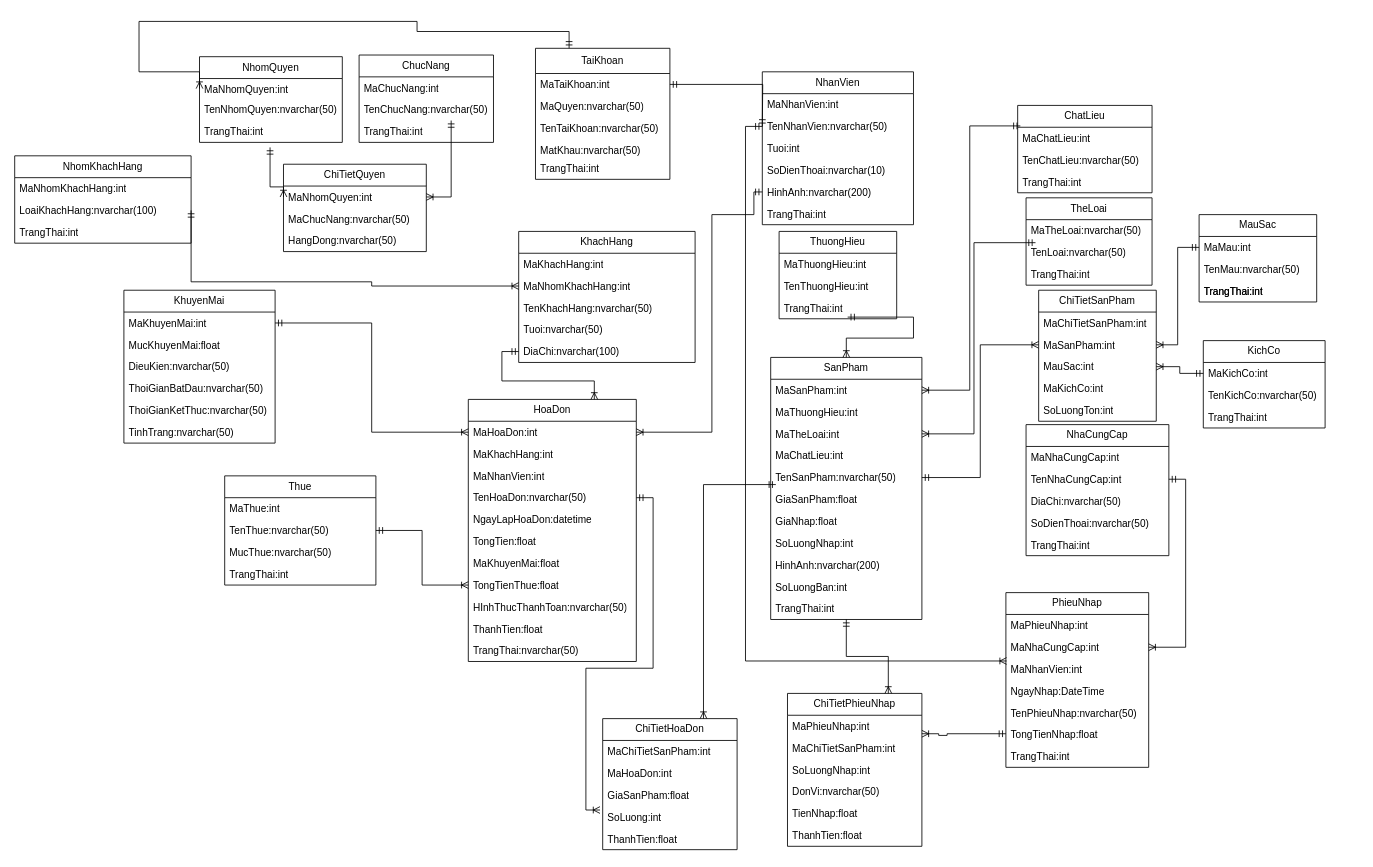
maivantai2003/SportStoreManager keeps this draw.io diagram as Biểu đồ không có tiêu đề (1).drawio. Above is the earlier version. Source tidied: cells renumbered, new cells numbered last; positions are measured from the earlier drawing's top-left corner, leaving out a move shared by most shapes. Both pictures are drawn from the tidied source at 84%, with x=0, y=0 at pixel (14, 21).
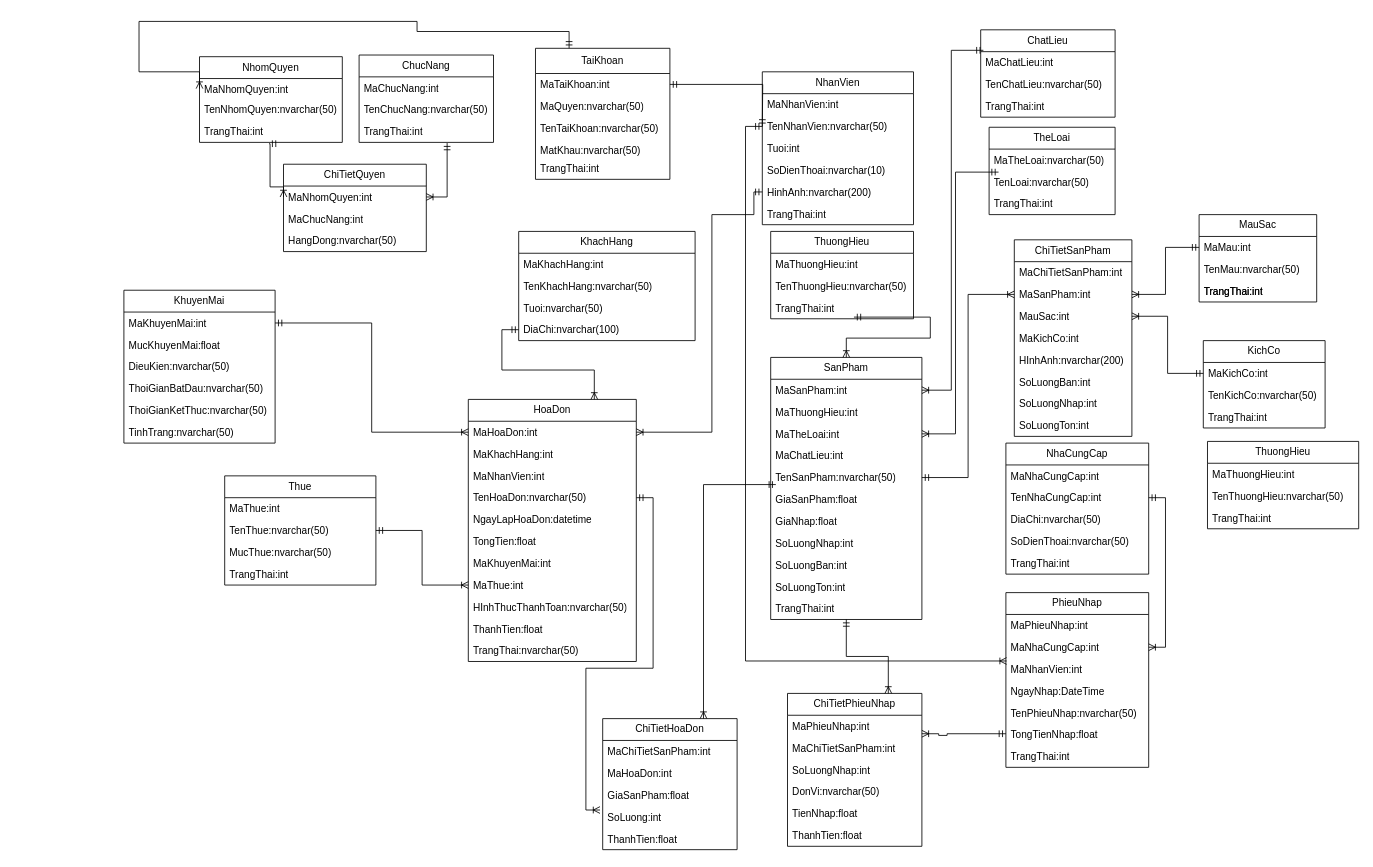
After the change.

Commit message:
Cập nhật Biểu đồ không có tiêu đề (1).drawio

The change refers to these unchanged cells:
```xml
<mxCell id="5" value="TrangThai:int" style="text;strokeColor=none;fillColor=none;align=left;verticalAlign=top;spacingLeft=4;spacingRight=4;overflow=hidden;points=[[0,0.5],[1,0.5]];portConstraint=eastwest;whiteSpace=wrap;html=1;" parent="2" vertex="1">
  <mxGeometry y="76" width="170" height="26" as="geometry" />
</mxCell>
<mxCell id="8" value="TenChucNang:nvarchar(50)" style="text;strokeColor=none;fillColor=none;align=left;verticalAlign=top;spacingLeft=4;spacingRight=4;overflow=hidden;points=[[0,0.5],[1,0.5]];portConstraint=eastwest;whiteSpace=wrap;html=1;" parent="6" vertex="1">
  <mxGeometry y="52" width="160" height="26" as="geometry" />
</mxCell>
<mxCell id="9" value="TrangThai:int" style="text;strokeColor=none;fillColor=none;align=left;verticalAlign=top;spacingLeft=4;spacingRight=4;overflow=hidden;points=[[0,0.5],[1,0.5]];portConstraint=eastwest;whiteSpace=wrap;html=1;" parent="6" vertex="1">
  <mxGeometry y="78" width="160" height="26" as="geometry" />
</mxCell>
<mxCell id="10" value="ChiTietQuyen" style="swimlane;fontStyle=0;horizontal=1;startSize=26;fillColor=none;whiteSpace=wrap;html=1;" parent="1" vertex="1">
  <mxGeometry x="320" y="170" width="170" height="104" as="geometry" />
</mxCell>
<mxCell id="11" value="MaNhomQuyen:int" style="text;strokeColor=none;fillColor=none;align=left;verticalAlign=top;spacingLeft=4;spacingRight=4;overflow=hidden;points=[[0,0.5],[1,0.5]];portConstraint=eastwest;whiteSpace=wrap;html=1;" parent="10" vertex="1">
  <mxGeometry y="26" width="170" height="26" as="geometry" />
</mxCell>
<mxCell id="41" value="SanPham" style="swimlane;fontStyle=0;horizontal=1;startSize=26;fillColor=none;whiteSpace=wrap;html=1;" parent="1" vertex="1">
  <mxGeometry x="900" y="400" width="180" height="312" as="geometry" />
</mxCell>
<mxCell id="89" value="HoaDon" style="swimlane;fontStyle=0;horizontal=1;startSize=26;fillColor=none;whiteSpace=wrap;html=1;" parent="1" vertex="1">
  <mxGeometry x="540" y="450" width="200" height="312" as="geometry" />
</mxCell>
```

Change to the diagram source:
```diff
@@
-    <mxCell id="12" value="MaChucNang:nvarchar(50)" style="text;strokeColor=none;fillColor=none;align=left;verticalAlign=top;spacingLeft=4;spacingRight=4;overflow=hidden;whiteSpace=wrap;html=1;" parent="10" vertex="1">
+    <mxCell id="12" value="MaChucNang:int" style="text;strokeColor=none;fillColor=none;align=left;verticalAlign=top;spacingLeft=4;spacingRight=4;overflow=hidden;whiteSpace=wrap;html=1;" parent="10" vertex="1">
       <mxGeometry y="52" width="170" height="26" as="geometry" />
     </mxCell>
@@
-    <mxCell id="14" style="edgeStyle=orthogonalEdgeStyle;rounded=0;jettySize=auto;html=1;exitX=0;exitY=0.5;exitDx=0;exitDy=0;startArrow=ERoneToMany;startFill=0;endArrow=ERmandOne;endFill=0;" parent="1" edge="1" source="11">
+    <mxCell id="14" style="edgeStyle=orthogonalEdgeStyle;rounded=0;jettySize=auto;html=1;exitX=0;exitY=0.5;exitDx=0;exitDy=0;startArrow=ERoneToMany;startFill=0;endArrow=ERmandOne;endFill=0;entryX=0.487;entryY=1.062;entryDx=0;entryDy=0;entryPerimeter=0;" parent="1" edge="1" source="11" target="5">
       <mxGeometry relative="1" as="geometry">
-        <mxPoint x="304" y="150" as="targetPoint" />
         <Array as="points">
+          <mxPoint x="320" y="197" />
           <mxPoint x="304" y="197" />
+          <mxPoint x="304" y="146" />
         </Array>
       </mxGeometry>
     </mxCell>
-    <mxCell id="15" style="edgeStyle=orthogonalEdgeStyle;rounded=0;jettySize=auto;html=1;exitX=1;exitY=0.5;exitDx=0;exitDy=0;entryX=0.685;entryY=1;entryDx=0;entryDy=0;entryPerimeter=0;endArrow=ERmandOne;endFill=0;startArrow=ERoneToMany;startFill=0;" parent="1" edge="1" source="11" target="8">
+    <mxCell id="15" style="edgeStyle=orthogonalEdgeStyle;rounded=0;jettySize=auto;html=1;exitX=1;exitY=0.5;exitDx=0;exitDy=0;endArrow=ERmandOne;endFill=0;startArrow=ERoneToMany;startFill=0;entryX=0.655;entryY=1.031;entryDx=0;entryDy=0;entryPerimeter=0;" parent="1" edge="1" source="11" target="9">
       <mxGeometry relative="1" as="geometry" />
     </mxCell>
@@
     <mxCell id="31" value="KhachHang" style="swimlane;fontStyle=0;horizontal=1;startSize=26;fillColor=none;whiteSpace=wrap;html=1;" parent="1" vertex="1">
-      <mxGeometry x="600" y="250" width="210" height="156" as="geometry" />
+      <mxGeometry x="600" y="250" width="210" height="130" as="geometry" />
     </mxCell>
@@
-    <mxCell id="33" value="MaNhomKhachHang:int" style="text;strokeColor=none;fillColor=none;align=left;verticalAlign=top;spacingLeft=4;spacingRight=4;overflow=hidden;points=[[0,0.5],[1,0.5]];portConstraint=eastwest;whiteSpace=wrap;html=1;" parent="31" vertex="1">
-      <mxGeometry y="52" width="210" height="26" as="geometry" />
-    </mxCell>
     <mxCell id="34" value="TenKhachHang:nvarchar(50)" style="text;strokeColor=none;fillColor=none;align=left;verticalAlign=top;spacingLeft=4;spacingRight=4;overflow=hidden;whiteSpace=wrap;html=1;" parent="31" vertex="1">
-      <mxGeometry y="78" width="210" height="26" as="geometry" />
+      <mxGeometry y="52" width="210" height="26" as="geometry" />
     </mxCell>
     <mxCell id="35" value="Tuoi:nvarchar(50)" style="text;strokeColor=none;fillColor=none;align=left;verticalAlign=top;spacingLeft=4;spacingRight=4;overflow=hidden;whiteSpace=wrap;html=1;" parent="31" vertex="1">
-      <mxGeometry y="104" width="210" height="26" as="geometry" />
+      <mxGeometry y="78" width="210" height="26" as="geometry" />
     </mxCell>
     <mxCell id="36" value="DiaChi:nvarchar(100)" style="text;strokeColor=none;fillColor=none;align=left;verticalAlign=top;spacingLeft=4;spacingRight=4;overflow=hidden;points=[[0,0.5],[1,0.5]];portConstraint=eastwest;whiteSpace=wrap;html=1;" parent="31" vertex="1">
-      <mxGeometry y="130" width="210" height="26" as="geometry" />
+      <mxGeometry y="104" width="210" height="26" as="geometry" />
     </mxCell>
     <mxCell id="37" value="TheLoai" style="swimlane;fontStyle=0;horizontal=1;startSize=26;fillColor=none;whiteSpace=wrap;html=1;" parent="1" vertex="1">
-      <mxGeometry x="1204" y="210" width="150" height="104" as="geometry" />
+      <mxGeometry x="1160" y="126" width="150" height="104" as="geometry" />
     </mxCell>
@@
-    <mxCell id="50" value="HinhAnh:nvarchar(200)" style="text;strokeColor=none;fillColor=none;align=left;verticalAlign=top;spacingLeft=4;spacingRight=4;overflow=hidden;whiteSpace=wrap;html=1;" parent="41" vertex="1">
-      <mxGeometry y="234" width="180" height="26" as="geometry" />
-    </mxCell>
     <mxCell id="51" value="SoLuongBan:int" style="text;strokeColor=none;fillColor=none;align=left;verticalAlign=top;spacingLeft=4;spacingRight=4;overflow=hidden;whiteSpace=wrap;html=1;" parent="41" vertex="1">
-      <mxGeometry y="260" width="180" height="26" as="geometry" />
+      <mxGeometry y="234" width="180" height="26" as="geometry" />
     </mxCell>
+    <mxCell id="148" value="SoLuongTon:int" style="text;strokeColor=none;fillColor=none;align=left;verticalAlign=top;spacingLeft=4;spacingRight=4;overflow=hidden;whiteSpace=wrap;html=1;" parent="41" vertex="1">
+      <mxGeometry y="260" width="180" height="26" as="geometry" />
+    </mxCell>
@@
     <mxCell id="53" value="ChatLieu" style="swimlane;fontStyle=0;horizontal=1;startSize=26;fillColor=none;whiteSpace=wrap;html=1;" parent="1" vertex="1">
-      <mxGeometry x="1194" y="100" width="160" height="104" as="geometry" />
+      <mxGeometry x="1150" y="10" width="160" height="104" as="geometry" />
     </mxCell>
@@
     <mxCell id="63" value="NhaCungCap" style="swimlane;fontStyle=0;horizontal=1;startSize=26;fillColor=none;whiteSpace=wrap;html=1;" parent="1" vertex="1">
-      <mxGeometry x="1204" y="480" width="170" height="156" as="geometry" />
+      <mxGeometry x="1180" y="502" width="170" height="156" as="geometry" />
     </mxCell>
@@
-    <mxCell id="96" value="MaKhuyenMai:float" style="text;strokeColor=none;fillColor=none;align=left;verticalAlign=top;spacingLeft=4;spacingRight=4;overflow=hidden;whiteSpace=wrap;html=1;" parent="89" vertex="1">
+    <mxCell id="96" value="MaKhuyenMai:int" style="text;strokeColor=none;fillColor=none;align=left;verticalAlign=top;spacingLeft=4;spacingRight=4;overflow=hidden;whiteSpace=wrap;html=1;" parent="89" vertex="1">
       <mxGeometry y="182" width="200" height="26" as="geometry" />
     </mxCell>
-    <mxCell id="97" value="TongTienThue:float" style="text;strokeColor=none;fillColor=none;align=left;verticalAlign=top;spacingLeft=4;spacingRight=4;overflow=hidden;points=[[0,0.5],[1,0.5]];portConstraint=eastwest;whiteSpace=wrap;html=1;" parent="89" vertex="1">
+    <mxCell id="97" value="MaThue:int" style="text;strokeColor=none;fillColor=none;align=left;verticalAlign=top;spacingLeft=4;spacingRight=4;overflow=hidden;points=[[0,0.5],[1,0.5]];portConstraint=eastwest;whiteSpace=wrap;html=1;" parent="89" vertex="1">
       <mxGeometry y="208" width="200" height="26" as="geometry" />
     </mxCell>
@@
-    <mxCell id="118" value="NhomKhachHang" style="swimlane;fontStyle=0;horizontal=1;startSize=26;fillColor=none;whiteSpace=wrap;html=1;" parent="1" vertex="1">
-      <mxGeometry y="160" width="210" height="104" as="geometry" />
-    </mxCell>
-    <mxCell id="119" value="MaNhomKhachHang:int&lt;br&gt;" style="text;strokeColor=none;fillColor=none;align=left;verticalAlign=top;spacingLeft=4;spacingRight=4;overflow=hidden;whiteSpace=wrap;html=1;" parent="118" vertex="1">
-      <mxGeometry y="26" width="210" height="26" as="geometry" />
-    </mxCell>
-    <mxCell id="120" value="LoaiKhachHang:nvarchar(100)" style="text;strokeColor=none;fillColor=none;align=left;verticalAlign=top;spacingLeft=4;spacingRight=4;overflow=hidden;points=[[0,0.5],[1,0.5]];portConstraint=eastwest;whiteSpace=wrap;html=1;" parent="118" vertex="1">
-      <mxGeometry y="52" width="210" height="26" as="geometry" />
-    </mxCell>
-    <mxCell id="121" value="TrangThai:int" style="text;strokeColor=none;fillColor=none;align=left;verticalAlign=top;spacingLeft=4;spacingRight=4;overflow=hidden;whiteSpace=wrap;html=1;" parent="118" vertex="1">
-      <mxGeometry y="78" width="210" height="26" as="geometry" />
-    </mxCell>
-    <mxCell id="122" style="edgeStyle=orthogonalEdgeStyle;rounded=0;jettySize=auto;html=1;exitX=1;exitY=0.5;exitDx=0;exitDy=0;entryX=0;entryY=0.5;entryDx=0;entryDy=0;startArrow=ERmandOne;startFill=0;endArrow=ERoneToMany;endFill=0;" parent="1" edge="1" source="120" target="33">
-      <mxGeometry relative="1" as="geometry">
-        <Array as="points">
-          <mxPoint x="210" y="310" />
-          <mxPoint x="425" y="310" />
-          <mxPoint x="425" y="315" />
-        </Array>
-      </mxGeometry>
-    </mxCell>
@@
     <mxCell id="133" value="ChiTietSanPham" style="swimlane;fontStyle=0;horizontal=1;startSize=26;fillColor=none;whiteSpace=wrap;html=1;" parent="1" vertex="1">
-      <mxGeometry x="1219" y="320" width="140" height="156" as="geometry" />
+      <mxGeometry x="1190" y="260" width="140" height="234" as="geometry" />
     </mxCell>
@@
+    <mxCell id="149" value="HInhAnh:nvarchar(200)" style="text;strokeColor=none;fillColor=none;align=left;verticalAlign=top;spacingLeft=4;spacingRight=4;overflow=hidden;whiteSpace=wrap;html=1;" parent="133" vertex="1">
+      <mxGeometry y="130" width="140" height="26" as="geometry" />
+    </mxCell>
+    <mxCell id="150" value="SoLuongBan:int" style="text;strokeColor=none;fillColor=none;align=left;verticalAlign=top;spacingLeft=4;spacingRight=4;overflow=hidden;whiteSpace=wrap;html=1;" parent="133" vertex="1">
+      <mxGeometry y="156" width="140" height="26" as="geometry" />
+    </mxCell>
+    <mxCell id="151" value="SoLuongNhap:int" style="text;strokeColor=none;fillColor=none;align=left;verticalAlign=top;spacingLeft=4;spacingRight=4;overflow=hidden;whiteSpace=wrap;html=1;" parent="133" vertex="1">
+      <mxGeometry y="182" width="140" height="26" as="geometry" />
+    </mxCell>
     <mxCell id="138" value="SoLuongTon:int" style="text;strokeColor=none;fillColor=none;align=left;verticalAlign=top;spacingLeft=4;spacingRight=4;overflow=hidden;whiteSpace=wrap;html=1;" parent="133" vertex="1">
-      <mxGeometry y="130" width="140" height="26" as="geometry" />
+      <mxGeometry y="208" width="140" height="26" as="geometry" />
     </mxCell>
@@
     <mxCell id="143" value="ThuongHieu" style="swimlane;fontStyle=0;horizontal=1;startSize=26;fillColor=none;whiteSpace=wrap;html=1;" parent="1" vertex="1">
-      <mxGeometry x="910" y="250" width="140" height="104" as="geometry" />
+      <mxGeometry x="900" y="250" width="170" height="104" as="geometry" />
     </mxCell>
     <mxCell id="144" value="MaThuongHieu:int" style="text;strokeColor=none;fillColor=none;align=left;verticalAlign=top;spacingLeft=4;spacingRight=4;overflow=hidden;whiteSpace=wrap;html=1;" parent="143" vertex="1">
-      <mxGeometry y="26" width="140" height="26" as="geometry" />
+      <mxGeometry y="26" width="170" height="26" as="geometry" />
     </mxCell>
-    <mxCell id="145" value="TenThuongHieu:int" style="text;strokeColor=none;fillColor=none;align=left;verticalAlign=top;spacingLeft=4;spacingRight=4;overflow=hidden;whiteSpace=wrap;html=1;" parent="143" vertex="1">
-      <mxGeometry y="52" width="140" height="26" as="geometry" />
+    <mxCell id="145" value="TenThuongHieu:nvarchar(50)" style="text;strokeColor=none;fillColor=none;align=left;verticalAlign=top;spacingLeft=4;spacingRight=4;overflow=hidden;whiteSpace=wrap;html=1;" parent="143" vertex="1">
+      <mxGeometry y="52" width="170" height="26" as="geometry" />
     </mxCell>
     <mxCell id="146" value="TrangThai:int" style="text;strokeColor=none;fillColor=none;align=left;verticalAlign=top;spacingLeft=4;spacingRight=4;overflow=hidden;points=[[0,0.5],[1,0.5]];portConstraint=eastwest;whiteSpace=wrap;html=1;" parent="143" vertex="1">
-      <mxGeometry y="78" width="140" height="26" as="geometry" />
+      <mxGeometry y="78" width="170" height="26" as="geometry" />
     </mxCell>
@@
+    <mxCell id="152" value="ThuongHieu" style="swimlane;fontStyle=0;horizontal=1;startSize=26;fillColor=none;whiteSpace=wrap;html=1;" parent="1" vertex="1">
+      <mxGeometry x="1420" y="500" width="180" height="104" as="geometry" />
+    </mxCell>
+    <mxCell id="153" value="MaThuongHieu:int&lt;br&gt;" style="text;strokeColor=none;fillColor=none;align=left;verticalAlign=top;spacingLeft=4;spacingRight=4;overflow=hidden;whiteSpace=wrap;html=1;" parent="152" vertex="1">
+      <mxGeometry y="26" width="180" height="26" as="geometry" />
+    </mxCell>
+    <mxCell id="154" value="TenThuongHieu:nvarchar(50)" style="text;strokeColor=none;fillColor=none;align=left;verticalAlign=top;spacingLeft=4;spacingRight=4;overflow=hidden;whiteSpace=wrap;html=1;" parent="152" vertex="1">
+      <mxGeometry y="52" width="180" height="26" as="geometry" />
+    </mxCell>
+    <mxCell id="121" value="TrangThai:int" style="text;strokeColor=none;fillColor=none;align=left;verticalAlign=top;spacingLeft=4;spacingRight=4;overflow=hidden;whiteSpace=wrap;html=1;" parent="152" vertex="1">
+      <mxGeometry y="78" width="180" height="26" as="geometry" />
+    </mxCell>
```
